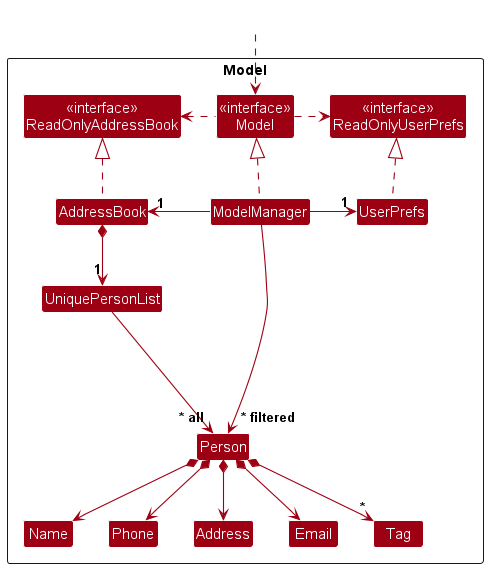
Before: docs/images/ModelClassDiagram.png, a diagram exported from PlantUML (nus-cs2103-AY2425S1/tp).
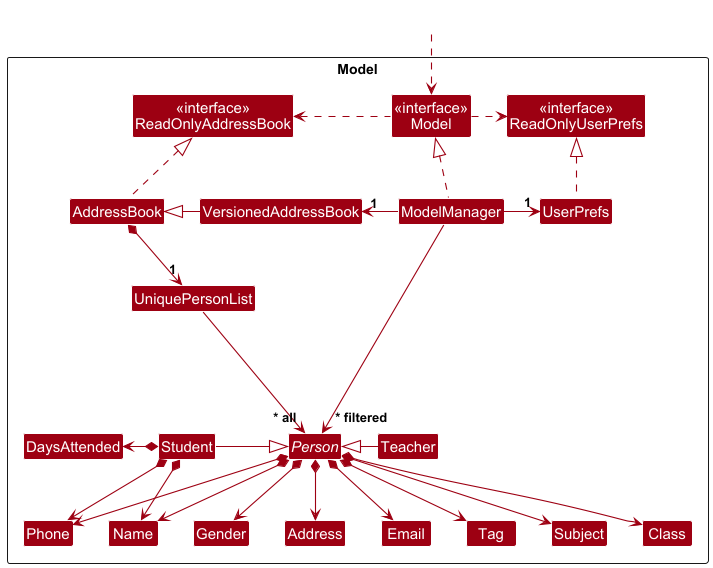
The same diagram one commit later.

Change to the diagram source:
```diff
@@ -9,16 +9,24 @@
 Class "<<interface>>\nReadOnlyUserPrefs" as ReadOnlyUserPrefs
 Class "<<interface>>\nModel" as Model
 Class AddressBook
+Class VersionedAddressBook
 Class ModelManager
 Class UserPrefs
 
 Class UniquePersonList
-Class Person
+abstract Class Person
 Class Address
 Class Email
 Class Name
 Class Phone
 Class Tag
+Class Gender
+Class Subject
+Class Class
+Class DaysAttended
+
+Class Student
+Class Teacher
 
 Class I #FFFFFF
 }
@@ -27,11 +35,12 @@
 HiddenOutside ..> Model
 
 AddressBook .up.|> ReadOnlyAddressBook
+VersionedAddressBook -left-|> AddressBook
 
 ModelManager .up.|> Model
 Model .right.> ReadOnlyUserPrefs
 Model .left.> ReadOnlyAddressBook
-ModelManager -left-> "1" AddressBook
+ModelManager -left-> "1" VersionedAddressBook
 ModelManager -right-> "1" UserPrefs
 UserPrefs .up.|> ReadOnlyUserPrefs
 
@@ -41,14 +50,28 @@
 Person *--> Phone
 Person *--> Email
 Person *--> Address
-Person *--> "*" Tag
+Person *--> Gender
+Person *--> Subject
+Person *--> Tag
+Person *--> Class
 
 Person -[hidden]up--> I
 UniquePersonList -[hidden]right-> I
 
-Name -[hidden]right-> Phone
+Name -[hidden]right-> Gender
+Gender -[hidden]right-> Phone
 Phone -[hidden]right-> Address
 Address -[hidden]right-> Email
+Email -[hidden]right-> Tag
+Tag -[hidden]right-> Subject
+Subject -[hidden]right-> Class
+
+Person <|-l- Student
+Person <|-r- Teacher
+
+Student *-l-> DaysAttended
+Student *--> Name
+Student *--> Phone
 
 ModelManager --> "~* filtered" Person
 @enduml
```
